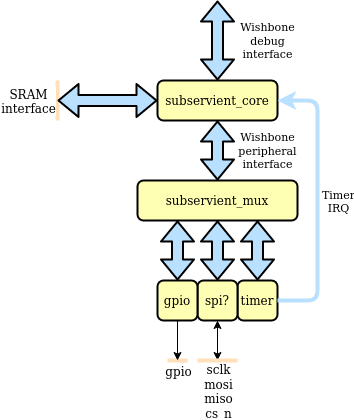
Above: doc/subservient.png in ptracton/subservient (draw.io), before the change. Source tidied: cells renumbered, new cells last; positions are measured from the earlier drawing's top-left corner, leaving out a move shared by most shapes.
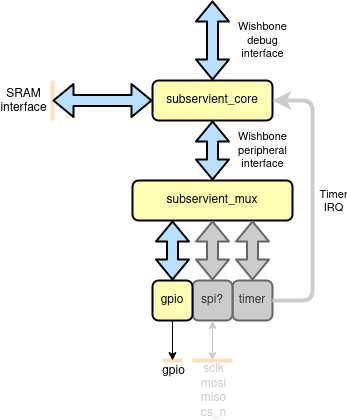
After the change.

The edit, as a diff of the source:
```diff
@@ -16,7 +16,7 @@
         <mxPoint x="-30" y="10" as="offset" />
       </mxGeometry>
     </mxCell>
-    <mxCell id="5" value="&lt;div&gt;sclk&lt;/div&gt;&lt;div&gt;mosi&lt;/div&gt;&lt;div&gt;miso&lt;/div&gt;&lt;div&gt;cs_n&lt;br&gt;&lt;/div&gt;" style="text;html=1;align=center;verticalAlign=middle;labelBackgroundColor=#ffffff;fontFamily=Helvetica;" parent="3" vertex="1">
+    <mxCell id="5" value="&lt;div&gt;sclk&lt;/div&gt;&lt;div&gt;mosi&lt;/div&gt;&lt;div&gt;miso&lt;/div&gt;&lt;div&gt;cs_n&lt;br&gt;&lt;/div&gt;" style="text;html=1;align=center;verticalAlign=middle;labelBackgroundColor=#ffffff;fontFamily=Helvetica;fontColor=#CCCCCC;" parent="3" vertex="1">
       <mxGeometry x="-0.48" relative="1" as="geometry">
         <mxPoint x="160" y="300" as="offset" />
       </mxGeometry>
@@ -26,10 +26,10 @@
         <mxPoint x="120" y="280" as="offset" />
       </mxGeometry>
     </mxCell>
-    <mxCell id="7" value="timer" style="rounded=1;whiteSpace=wrap;html=1;fillColor=#FFFFb4;strokeWidth=2;fontFamily=Helvetica;" parent="1" vertex="1">
+    <mxCell id="7" value="timer" style="rounded=1;whiteSpace=wrap;html=1;strokeWidth=2;fontFamily=Helvetica;strokeColor=#666666;fontColor=#333333;fillColor=#CCCCCC;" parent="1" vertex="1">
       <mxGeometry x="180" y="280" width="40" height="40" as="geometry" />
     </mxCell>
-    <mxCell id="8" value="spi?" style="rounded=1;whiteSpace=wrap;html=1;fillColor=#FFFFb4;strokeWidth=2;fontFamily=Helvetica;" parent="1" vertex="1">
+    <mxCell id="8" value="spi?" style="rounded=1;whiteSpace=wrap;html=1;strokeWidth=2;fontFamily=Helvetica;strokeColor=#666666;fontColor=#333333;fillColor=#CCCCCC;" parent="1" vertex="1">
       <mxGeometry x="140" y="280" width="40" height="40" as="geometry" />
     </mxCell>
     <mxCell id="9" style="shape=flexArrow;endArrow=classic;html=1;strokeColor=#000000;strokeWidth=2;fontFamily=Helvetica;fillColor=#b9e0FF;startArrow=block;exitX=0;exitY=0.5;exitDx=0;exitDy=0;" parent="1" edge="1" source="2">
@@ -46,7 +46,7 @@
     <mxCell id="11" value="&lt;div&gt;Wishbone&lt;/div&gt;&lt;div&gt;peripheral&lt;/div&gt;&lt;div&gt;interface&lt;/div&gt;" style="shape=flexArrow;endArrow=classic;html=1;strokeColor=#000000;strokeWidth=2;fontFamily=Helvetica;fillColor=#b9e0FF;exitX=0.5;exitY=1;exitDx=0;exitDy=0;startArrow=block;entryX=0.5;entryY=0;entryDx=0;entryDy=0;" parent="1" edge="1" source="2" target="16">
       <mxGeometry y="50" relative="1" as="geometry" />
     </mxCell>
-    <mxCell id="12" style="endArrow=classic;html=1;strokeWidth=4;strokeColor=#B9E0FF;entryX=1;entryY=0.5;entryDx=0;entryDy=0;exitX=1;exitY=0.5;exitDx=0;exitDy=0;" parent="1" edge="1" source="7" target="2">
+    <mxCell id="12" style="endArrow=classic;html=1;strokeWidth=4;entryX=1;entryY=0.5;entryDx=0;entryDy=0;exitX=1;exitY=0.5;exitDx=0;exitDy=0;fontColor=#CCCCCC;strokeColor=#CCCCCC;" parent="1" edge="1" source="7" target="2">
       <mxGeometry relative="1" as="geometry">
         <Array as="points">
           <mxPoint x="260" y="300" />
@@ -73,15 +73,15 @@
     <mxCell id="17" style="shape=flexArrow;endArrow=classic;html=1;strokeColor=#000000;strokeWidth=2;fontFamily=Helvetica;fillColor=#b9e0FF;startArrow=block;exitX=0.25;exitY=1;exitDx=0;exitDy=0;entryX=0.5;entryY=0;entryDx=0;entryDy=0;" parent="1" edge="1" source="16" target="15">
       <mxGeometry relative="1" as="geometry" />
     </mxCell>
-    <mxCell id="18" style="shape=flexArrow;endArrow=classic;html=1;strokeColor=#000000;strokeWidth=2;fontFamily=Helvetica;fillColor=#b9e0FF;startArrow=block;exitX=0.5;exitY=1;exitDx=0;exitDy=0;" parent="1" edge="1" source="16">
+    <mxCell id="18" style="shape=flexArrow;endArrow=classic;html=1;strokeColor=#666666;strokeWidth=2;fontFamily=Helvetica;startArrow=block;exitX=0.5;exitY=1;exitDx=0;exitDy=0;fillColor=#CCCCCC;" parent="1" edge="1" source="16">
       <mxGeometry relative="1" as="geometry">
         <mxPoint x="160" y="280" as="targetPoint" />
       </mxGeometry>
     </mxCell>
-    <mxCell id="19" style="shape=flexArrow;endArrow=classic;html=1;strokeColor=#000000;strokeWidth=2;fontFamily=Helvetica;fillColor=#b9e0FF;startArrow=block;exitX=0.75;exitY=1;exitDx=0;exitDy=0;entryX=0.5;entryY=0;entryDx=0;entryDy=0;" parent="1" edge="1" source="16" target="7">
+    <mxCell id="19" style="shape=flexArrow;endArrow=classic;html=1;strokeColor=#666666;strokeWidth=2;fontFamily=Helvetica;startArrow=block;exitX=0.75;exitY=1;exitDx=0;exitDy=0;entryX=0.5;entryY=0;entryDx=0;entryDy=0;fillColor=#CCCCCC;" parent="1" edge="1" source="16" target="7">
       <mxGeometry relative="1" as="geometry" />
     </mxCell>
-    <mxCell id="20" style="edgeStyle=orthogonalEdgeStyle;rounded=0;jettySize=auto;html=1;exitX=0.5;exitY=1;exitDx=0;exitDy=0;startArrow=classic;startFill=1;" parent="1" edge="1" source="8">
+    <mxCell id="20" style="edgeStyle=orthogonalEdgeStyle;rounded=0;jettySize=auto;html=1;exitX=0.5;exitY=1;exitDx=0;exitDy=0;startArrow=classic;startFill=1;strokeColor=#CCCCCC;" parent="1" edge="1" source="8">
       <mxGeometry relative="1" as="geometry">
         <mxPoint x="160" y="360" as="targetPoint" />
       </mxGeometry>
```
